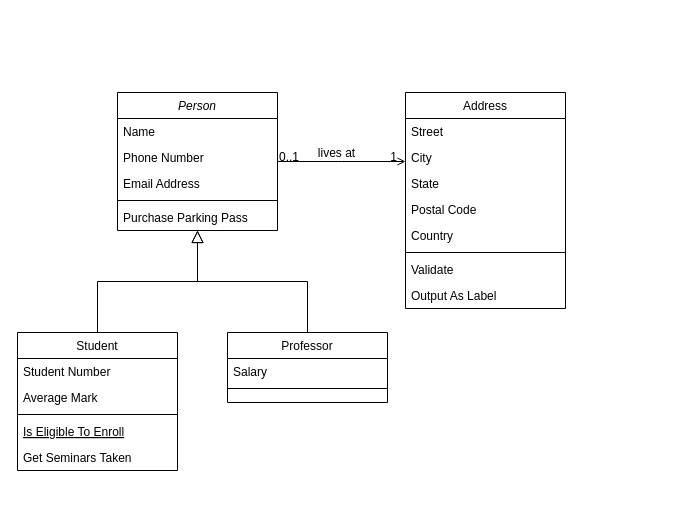
chenaotian/angr-work keeps this draw.io diagram as Untitled Diagram.drawio. Above is the earlier version. Source tidied: cells renumbered, new cells numbered last; positions are measured from the earlier drawing's top-left corner, leaving out a move shared by most shapes. Both pictures are drawn from the tidied source at 100%, with x=0, y=0 at pixel (17, 92).
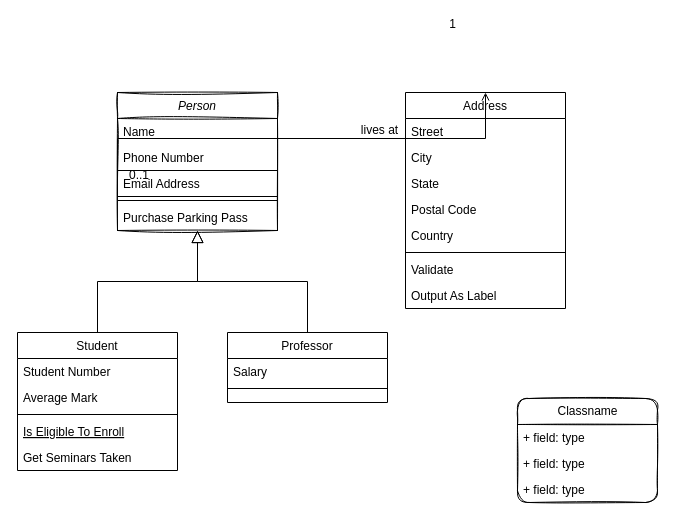
Above is the later version.

The change refers to these unchanged cells:
```xml
<mxCell id="19" value="Address" style="swimlane;fontStyle=0;align=center;verticalAlign=top;horizontal=1;startSize=26;rounded=0;shadow=0;strokeWidth=1;" parent="1" vertex="1">
  <mxGeometry x="388" width="160" height="216" as="geometry" />
</mxCell>
```

What changed in the source:
```diff
@@
-    <mxCell id="2" value="Person" style="swimlane;fontStyle=2;align=center;verticalAlign=top;horizontal=1;startSize=26;rounded=0;shadow=0;strokeWidth=1;" parent="1" vertex="1">
+    <mxCell id="2" value="Person" style="swimlane;fontStyle=2;align=center;verticalAlign=top;horizontal=1;startSize=26;rounded=0;shadow=0;strokeWidth=1;glass=0;sketch=1;" parent="1" vertex="1">
       <mxGeometry x="100" width="160" height="138" as="geometry" />
     </mxCell>
@@
-    <mxCell id="5" value="Email Address" style="text;align=left;verticalAlign=top;spacingLeft=4;spacingRight=4;overflow=hidden;points=[[0,0.5],[1,0.5]];portConstraint=eastwest;rounded=0;shadow=0;html=0;" parent="2" vertex="1">
+    <mxCell id="5" value="Email Address" style="text;align=left;verticalAlign=top;spacingLeft=4;spacingRight=4;overflow=hidden;points=[[0,0.5],[1,0.5]];portConstraint=eastwest;rounded=0;shadow=0;html=0;strokeColor=default;" parent="2" vertex="1">
       <mxGeometry y="78" width="160" height="26" as="geometry" />
     </mxCell>
@@
-    <mxCell id="28" style="endArrow=open;shadow=0;strokeWidth=1;rounded=0;endFill=1;edgeStyle=elbowEdgeStyle;elbow=vertical;" parent="1" edge="1" source="2" target="19">
-      <mxGeometry x="0.5" y="41" relative="1" as="geometry">
-        <mxPoint x="-40" y="32" as="offset" />
-      </mxGeometry>
+    <mxCell id="28" style="endArrow=open;shadow=0;strokeWidth=1;rounded=0;endFill=1;edgeStyle=elbowEdgeStyle;elbow=vertical;entryX=0.5;entryY=0;entryDx=0;entryDy=0;exitX=0;exitY=0.5;exitDx=0;exitDy=0;" parent="1" edge="1" source="5" target="19">
+      <mxGeometry relative="1" as="geometry" />
     </mxCell>
     <mxCell id="29" value="0..1" style="align=left;verticalAlign=bottom;labelBackgroundColor=none;fontSize=12;" parent="28" vertex="1">
       <mxGeometry x="-1" relative="1" as="geometry">
-        <mxPoint y="4" as="offset" />
+        <mxPoint x="10" as="offset" />
       </mxGeometry>
     </mxCell>
     <mxCell id="30" value="1" style="align=right;verticalAlign=bottom;labelBackgroundColor=none;fontSize=12;" parent="28" vertex="1">
       <mxGeometry x="1" relative="1" as="geometry">
-        <mxPoint x="-7" y="4" as="offset" />
+        <mxPoint x="-28" y="-60" as="offset" />
       </mxGeometry>
     </mxCell>
@@
+    <mxCell id="32" value="Classname" style="swimlane;fontStyle=0;horizontal=1;startSize=26;fillColor=none;shadow=0;glass=0;sketch=1;fontFamily=Helvetica;fontSize=12;fontColor=default;strokeColor=default;html=1;swimlaneLine=1;rounded=1;" parent="1" vertex="1">
+      <mxGeometry x="500" y="306" width="140" height="104" as="geometry" />
+    </mxCell>
+    <mxCell id="33" value="+ field: type" style="text;strokeColor=none;fillColor=none;align=left;verticalAlign=top;spacingLeft=4;spacingRight=4;overflow=hidden;shadow=0;glass=0;sketch=1;fontFamily=Helvetica;fontSize=12;fontColor=default;html=1;" parent="32" vertex="1">
+      <mxGeometry y="26" width="140" height="26" as="geometry" />
+    </mxCell>
+    <mxCell id="34" value="+ field: type" style="text;strokeColor=none;fillColor=none;align=left;verticalAlign=top;spacingLeft=4;spacingRight=4;overflow=hidden;shadow=0;glass=0;sketch=1;fontFamily=Helvetica;fontSize=12;fontColor=default;html=1;" parent="32" vertex="1">
+      <mxGeometry y="52" width="140" height="26" as="geometry" />
+    </mxCell>
+    <mxCell id="35" value="+ field: type" style="text;strokeColor=none;fillColor=none;align=left;verticalAlign=top;spacingLeft=4;spacingRight=4;overflow=hidden;shadow=0;glass=0;sketch=1;fontFamily=Helvetica;fontSize=12;fontColor=default;html=1;" parent="32" vertex="1">
+      <mxGeometry y="78" width="140" height="26" as="geometry" />
+    </mxCell>
```
